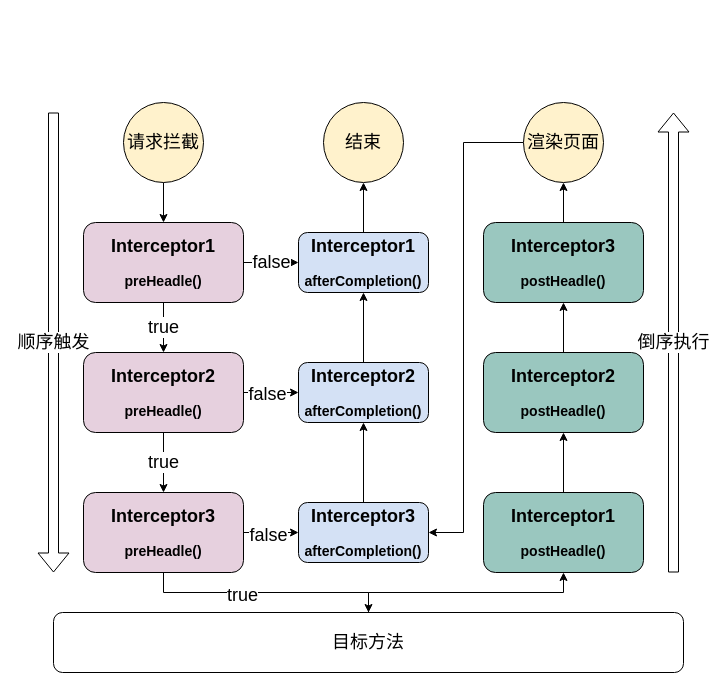
This is springboot/springboot-interceptor.drawio from 1065464173/draw-rep, a draw.io file, before an edit. Source tidied: cells renumbered, new cells numbered last; positions are measured from the earlier drawing's top-left corner, leaving out a move shared by most shapes. Both pictures are drawn from the tidied source at 100%, with x=0, y=0 at pixel (53, 102).
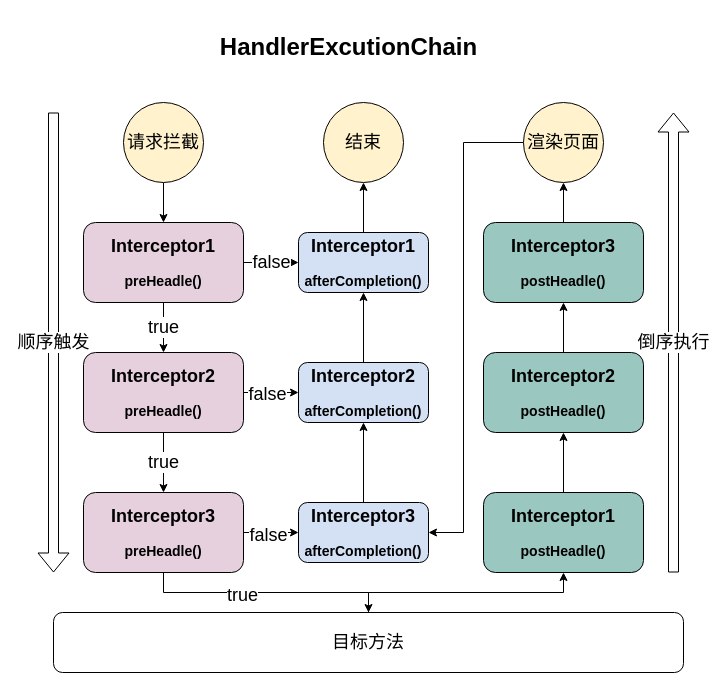
The same page after the edit.

Diff of the diagram source:
```diff
@@
+    <mxCell id="35" value="&lt;h1&gt;HandlerExcutionChain&lt;/h1&gt;" style="text;html=1;align=center;verticalAlign=middle;strokeColor=none;" parent="1" vertex="1">
+      <mxGeometry x="160" y="-80" width="270" height="50" as="geometry" />
+    </mxCell>
```
